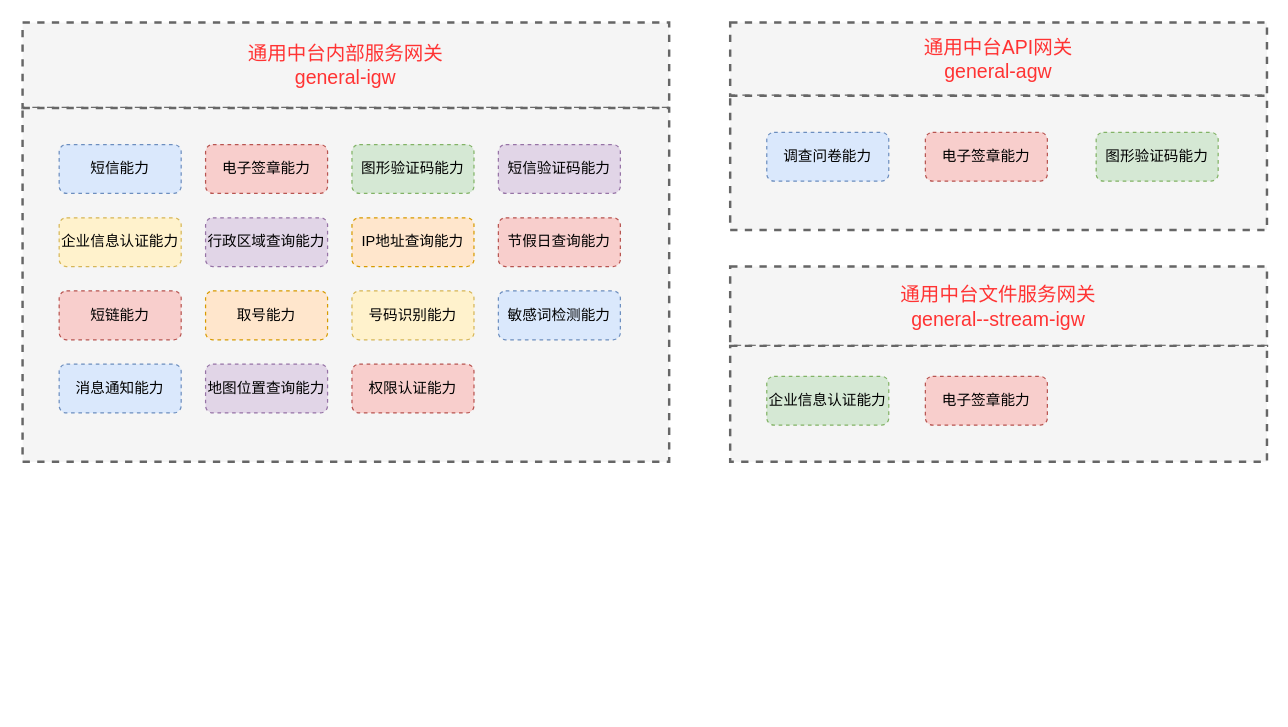
Earlier version of the draw.io diagram page "general-igw" (1 of 2) of drawio/网关.drawio (hezhuma/image-repo). Source tidied: cells renumbered, new cells numbered last; positions are measured from the earlier drawing's top-left corner, leaving out a move shared by most shapes. Both pictures are drawn from the tidied source at 122%, with x=0, y=0 at pixel (22, 22).
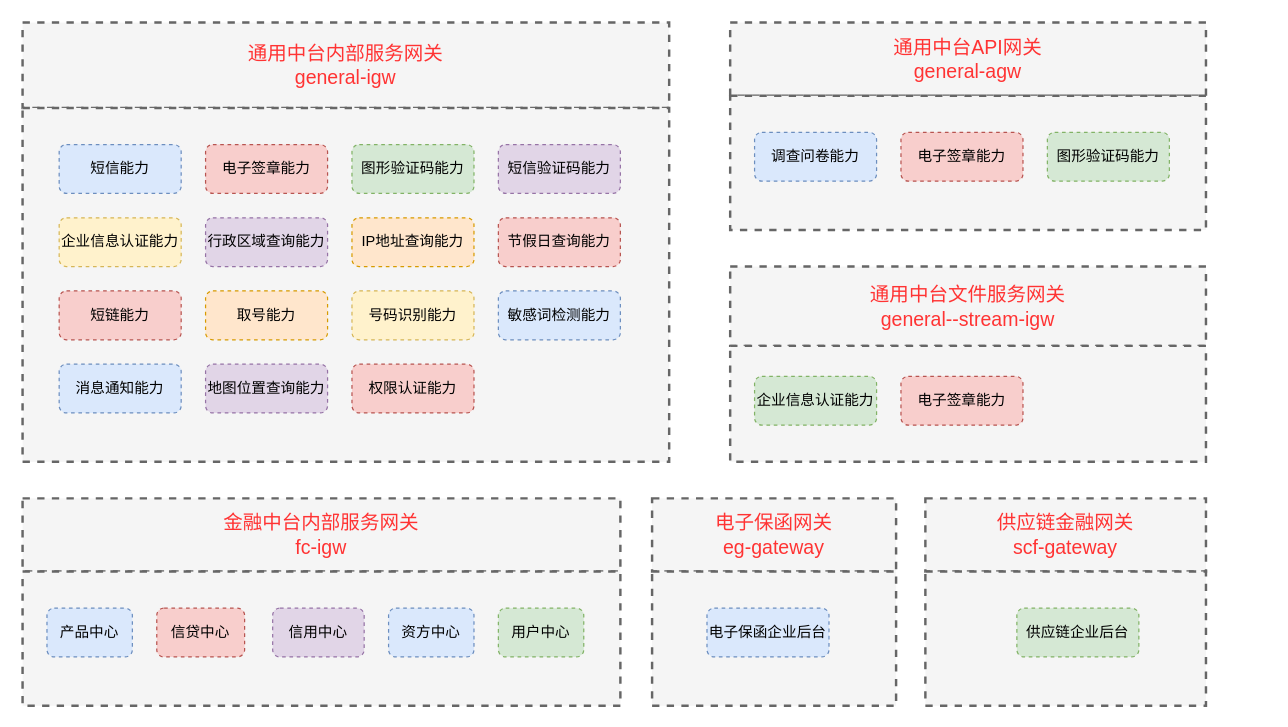
Above is the later version.

The edit, as a diff of the source:
```diff
@@
     <mxCell id="19" value="&lt;font color=&quot;#ff3333&quot; style=&quot;font-size: 16px;&quot;&gt;通用中台API网关&lt;br&gt;general-agw&lt;/font&gt;" style="rounded=0;whiteSpace=wrap;html=1;dashed=1;strokeWidth=2;fillColor=#f5f5f5;strokeColor=#666666;fontColor=#333333;" parent="1" vertex="1">
-      <mxGeometry x="580" width="440" height="60" as="geometry" />
+      <mxGeometry x="580" width="390" height="60" as="geometry" />
     </mxCell>
     <mxCell id="20" style="rounded=0;whiteSpace=wrap;html=1;dashed=1;strokeWidth=2;fillColor=#f5f5f5;fontColor=#333333;strokeColor=#666666;" parent="1" vertex="1">
-      <mxGeometry x="580" y="60" width="440" height="110" as="geometry" />
+      <mxGeometry x="580" y="60" width="390" height="110" as="geometry" />
     </mxCell>
     <mxCell id="21" value="调查问卷能力" style="rounded=1;whiteSpace=wrap;html=1;dashed=1;fillColor=#dae8fc;strokeColor=#6c8ebf;" parent="1" vertex="1">
-      <mxGeometry x="610" y="90" width="100" height="40" as="geometry" />
+      <mxGeometry x="600" y="90" width="100" height="40" as="geometry" />
     </mxCell>
     <mxCell id="22" value="电子签章能力" style="rounded=1;whiteSpace=wrap;html=1;dashed=1;fillColor=#f8cecc;strokeColor=#b85450;" parent="1" vertex="1">
-      <mxGeometry x="740" y="90" width="100" height="40" as="geometry" />
+      <mxGeometry x="720" y="90" width="100" height="40" as="geometry" />
     </mxCell>
     <mxCell id="23" value="图形验证码能力" style="rounded=1;whiteSpace=wrap;html=1;dashed=1;fillColor=#d5e8d4;strokeColor=#82b366;" parent="1" vertex="1">
-      <mxGeometry x="880" y="90" width="100" height="40" as="geometry" />
+      <mxGeometry x="840" y="90" width="100" height="40" as="geometry" />
     </mxCell>
     <mxCell id="24" value="&lt;font color=&quot;#ff3333&quot; style=&quot;font-size: 16px;&quot;&gt;通用中台文件服务网关&lt;br&gt;general--stream-igw&lt;/font&gt;" style="rounded=0;whiteSpace=wrap;html=1;dashed=1;strokeWidth=2;fillColor=#f5f5f5;strokeColor=#666666;fontColor=#333333;" parent="1" vertex="1">
-      <mxGeometry x="580" y="200" width="440" height="65" as="geometry" />
+      <mxGeometry x="580" y="200" width="390" height="65" as="geometry" />
     </mxCell>
     <mxCell id="25" style="rounded=0;whiteSpace=wrap;html=1;dashed=1;strokeWidth=2;fillColor=#f5f5f5;fontColor=#333333;strokeColor=#666666;" parent="1" vertex="1">
-      <mxGeometry x="580" y="265" width="440" height="95" as="geometry" />
+      <mxGeometry x="580" y="265" width="390" height="95" as="geometry" />
     </mxCell>
     <mxCell id="26" value="企业信息认证能力" style="rounded=1;whiteSpace=wrap;html=1;dashed=1;fillColor=#d5e8d4;strokeColor=#82b366;" parent="1" vertex="1">
-      <mxGeometry x="610" y="290" width="100" height="40" as="geometry" />
+      <mxGeometry x="600" y="290" width="100" height="40" as="geometry" />
     </mxCell>
     <mxCell id="27" value="电子签章能力" style="rounded=1;whiteSpace=wrap;html=1;dashed=1;fillColor=#f8cecc;strokeColor=#b85450;" parent="1" vertex="1">
-      <mxGeometry x="740" y="290" width="100" height="40" as="geometry" />
+      <mxGeometry x="720" y="290" width="100" height="40" as="geometry" />
     </mxCell>
+    <mxCell id="28" value="&lt;font color=&quot;#ff3333&quot;&gt;&lt;span style=&quot;font-size: 16px;&quot;&gt;金融中台内部服务网关&lt;br&gt;fc-igw&lt;/span&gt;&lt;/font&gt;" style="rounded=0;whiteSpace=wrap;html=1;dashed=1;strokeWidth=2;fillColor=#f5f5f5;strokeColor=#666666;fontColor=#333333;" parent="1" vertex="1">
+      <mxGeometry y="390" width="490" height="60" as="geometry" />
+    </mxCell>
+    <mxCell id="29" style="rounded=0;whiteSpace=wrap;html=1;dashed=1;strokeWidth=2;fillColor=#f5f5f5;fontColor=#333333;strokeColor=#666666;" parent="1" vertex="1">
+      <mxGeometry y="450" width="490" height="110" as="geometry" />
+    </mxCell>
+    <mxCell id="30" value="产品中心" style="rounded=1;whiteSpace=wrap;html=1;dashed=1;fillColor=#dae8fc;strokeColor=#6c8ebf;" parent="1" vertex="1">
+      <mxGeometry x="20" y="480" width="70" height="40" as="geometry" />
+    </mxCell>
+    <mxCell id="31" value="信贷中心" style="rounded=1;whiteSpace=wrap;html=1;dashed=1;fillColor=#f8cecc;strokeColor=#b85450;" parent="1" vertex="1">
+      <mxGeometry x="110" y="480" width="72" height="40" as="geometry" />
+    </mxCell>
+    <mxCell id="32" value="&lt;font color=&quot;#ff3333&quot; style=&quot;font-size: 16px;&quot;&gt;电子保函网关&lt;br&gt;eg-gateway&lt;br&gt;&lt;/font&gt;" style="rounded=0;whiteSpace=wrap;html=1;dashed=1;strokeWidth=2;fillColor=#f5f5f5;strokeColor=#666666;fontColor=#333333;" parent="1" vertex="1">
+      <mxGeometry x="516" y="390" width="200" height="60" as="geometry" />
+    </mxCell>
+    <mxCell id="33" style="rounded=0;whiteSpace=wrap;html=1;dashed=1;strokeWidth=2;fillColor=#f5f5f5;fontColor=#333333;strokeColor=#666666;" parent="1" vertex="1">
+      <mxGeometry x="516" y="450" width="200" height="110" as="geometry" />
+    </mxCell>
+    <mxCell id="34" value="电子保函企业后台" style="rounded=1;whiteSpace=wrap;html=1;dashed=1;fillColor=#dae8fc;strokeColor=#6c8ebf;" parent="1" vertex="1">
+      <mxGeometry x="561" y="480" width="100" height="40" as="geometry" />
+    </mxCell>
+    <mxCell id="35" value="&lt;font color=&quot;#ff3333&quot; style=&quot;font-size: 16px;&quot;&gt;供应链金融网关&lt;br&gt;scf-gateway&lt;br&gt;&lt;/font&gt;" style="rounded=0;whiteSpace=wrap;html=1;dashed=1;strokeWidth=2;fillColor=#f5f5f5;strokeColor=#666666;fontColor=#333333;" parent="1" vertex="1">
+      <mxGeometry x="740" y="390" width="230" height="60" as="geometry" />
+    </mxCell>
+    <mxCell id="36" style="rounded=0;whiteSpace=wrap;html=1;dashed=1;strokeWidth=2;fillColor=#f5f5f5;fontColor=#333333;strokeColor=#666666;" parent="1" vertex="1">
+      <mxGeometry x="740" y="450" width="230" height="110" as="geometry" />
+    </mxCell>
+    <mxCell id="37" value="供应链企业后台" style="rounded=1;whiteSpace=wrap;html=1;dashed=1;fillColor=#d5e8d4;strokeColor=#82b366;" parent="1" vertex="1">
+      <mxGeometry x="815" y="480" width="100" height="40" as="geometry" />
+    </mxCell>
+    <mxCell id="38" value="信用中心" style="rounded=1;whiteSpace=wrap;html=1;dashed=1;fillColor=#e1d5e7;strokeColor=#9673a6;" parent="1" vertex="1">
+      <mxGeometry x="205" y="480" width="75" height="40" as="geometry" />
+    </mxCell>
+    <mxCell id="39" value="资方中心" style="rounded=1;whiteSpace=wrap;html=1;dashed=1;fillColor=#dae8fc;strokeColor=#6c8ebf;" parent="1" vertex="1">
+      <mxGeometry x="300" y="480" width="70" height="40" as="geometry" />
+    </mxCell>
+    <mxCell id="40" value="用户中心" style="rounded=1;whiteSpace=wrap;html=1;dashed=1;fillColor=#d5e8d4;strokeColor=#82b366;" parent="1" vertex="1">
+      <mxGeometry x="390" y="480" width="70" height="40" as="geometry" />
+    </mxCell>
```
